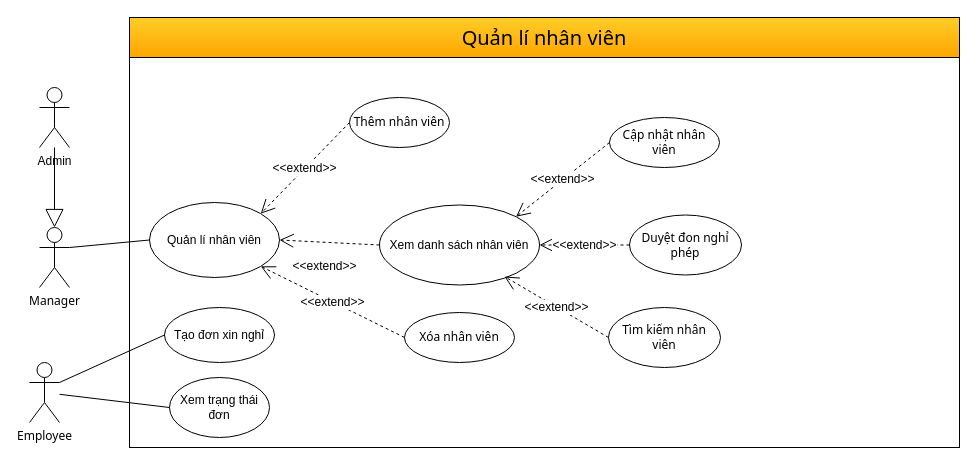
This is QuanLyNhanVien.drawio from hoangda24312/Group4-DesigningSystem, a draw.io file, before an edit. Source tidied: cells renumbered, new cells numbered last; positions are measured from the earlier drawing's top-left corner, leaving out a move shared by most shapes. Both pictures are drawn from the tidied source at 100%, with x=0, y=0 at pixel (29, 17).
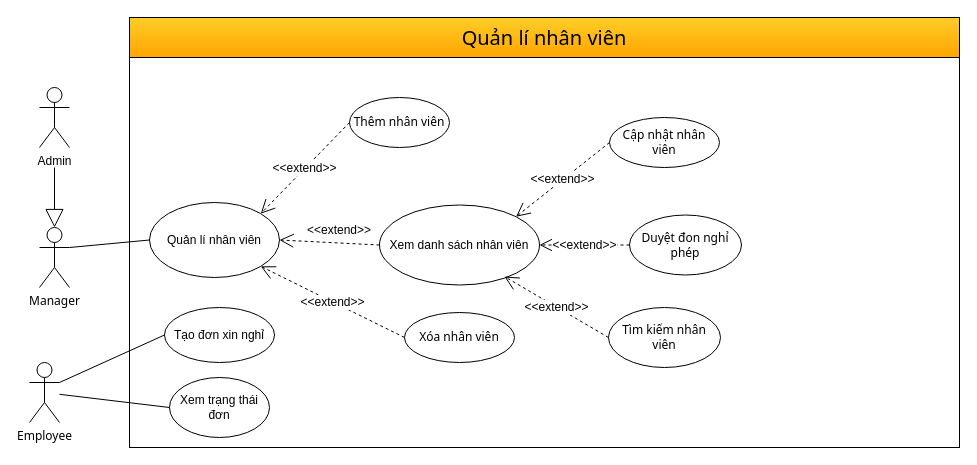
After the change.

Unchanged cells that the change refers to:
```xml
<mxCell id="8" value="Quản lí nhân viên" style="ellipse;whiteSpace=wrap;html=1;" parent="1" vertex="1">
  <mxGeometry x="120" y="185" width="130" height="75" as="geometry" />
</mxCell>
<mxCell id="9" value="Xem danh sách nhân viên" style="ellipse;whiteSpace=wrap;html=1;" parent="1" vertex="1">
  <mxGeometry x="350" y="187.5" width="160" height="80" as="geometry" />
</mxCell>
<mxCell id="14" value="Manager" style="shape=umlActor;verticalLabelPosition=bottom;verticalAlign=top;html=1;outlineConnect=0;fontFamily=Tahoma;" parent="1" vertex="1">
  <mxGeometry x="10" y="210" width="30" height="60" as="geometry" />
</mxCell>
<mxCell id="17" value="Admin" style="shape=umlActor;verticalLabelPosition=bottom;verticalAlign=top;html=1;outlineConnect=0;" parent="1" vertex="1">
  <mxGeometry x="10" y="70" width="30" height="60" as="geometry" />
</mxCell>
```

The edit, as a diff of the source:
```diff
@@
-    <mxCell id="16" value="&lt;font style=&quot;font-size: 12px;&quot;&gt;&amp;lt;&amp;lt;extend&amp;gt;&amp;gt;&lt;/font&gt;" style="endArrow=open;endSize=12;dashed=1;html=1;rounded=0;exitX=0;exitY=0.5;exitDx=0;exitDy=0;entryX=1;entryY=0.5;entryDx=0;entryDy=0;" parent="1" edge="1" source="9" target="8">
+    <mxCell id="16" style="endArrow=open;endSize=12;dashed=1;html=1;rounded=0;exitX=0;exitY=0.5;exitDx=0;exitDy=0;entryX=1;entryY=0.5;entryDx=0;entryDy=0;" parent="1" edge="1" source="9" target="8">
       <mxGeometry x="0.1" y="24" relative="1" as="geometry">
         <mxPoint x="1" as="offset" />
       </mxGeometry>
     </mxCell>
@@
-    <mxCell id="18" style="endArrow=block;endSize=16;endFill=0;html=1;rounded=0;entryX=0.5;entryY=0;entryDx=0;entryDy=0;entryPerimeter=0;" parent="1" edge="1" source="17" target="14">
-      <mxGeometry relative="1" as="geometry" />
+    <mxCell id="18" style="endArrow=block;endSize=16;endFill=0;html=1;rounded=0;entryX=0.5;entryY=0;entryDx=0;entryDy=0;entryPerimeter=0;" parent="1" edge="1" target="14">
+      <mxGeometry relative="1" as="geometry">
+        <mxPoint x="25" y="150" as="sourcePoint" />
+      </mxGeometry>
     </mxCell>
@@
+    <mxCell id="26" value="&amp;lt;&amp;lt;extend&amp;gt;&amp;gt;" style="text;html=1;whiteSpace=wrap;strokeColor=none;fillColor=none;align=center;verticalAlign=middle;rounded=0;" parent="1" vertex="1">
+      <mxGeometry x="280" y="197.5" width="60" height="30" as="geometry" />
+    </mxCell>
```
